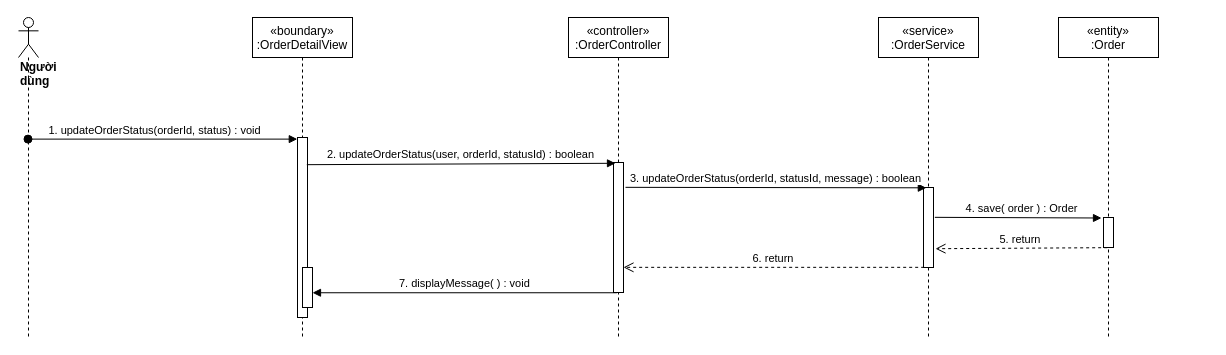
The draw.io diagram sequence diagram/update-status-Order-sequence.drawio in nguyenphamvan/datn_20202, before the edit. Source tidied: cells renumbered, new cells numbered last; positions are measured from the earlier drawing's top-left corner, leaving out a move shared by most shapes. Both pictures are drawn from the tidied source at 100%, with x=0, y=0 at pixel (18, 17).
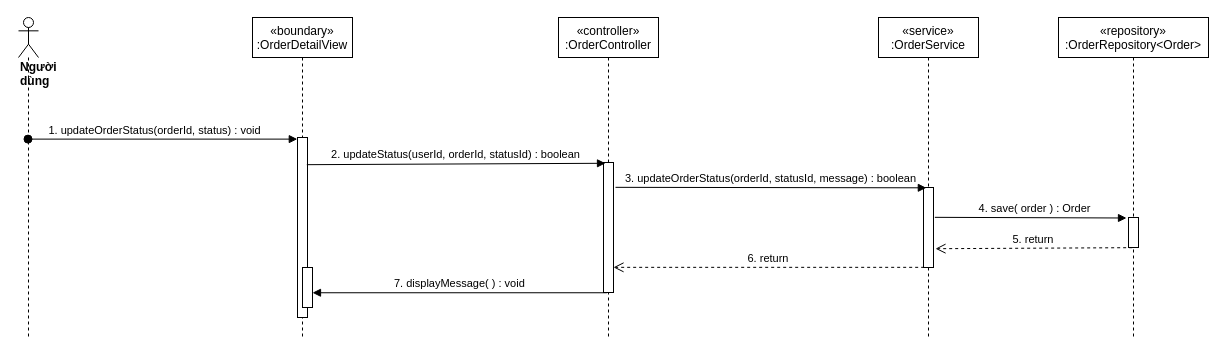
The same diagram, later.

Change to the diagram source:
```diff
@@
 <mxGraphModel>
   <root>
     <mxCell id="0" />
     <mxCell id="1" parent="0" />
     <mxCell id="2" value="«boundary»&#10;:OrderDetailView" style="shape=umlLifeline;perimeter=lifelinePerimeter;rounded=0;shadow=0;strokeWidth=1;" parent="1" vertex="1">
       <mxGeometry x="234" width="100" height="320" as="geometry" />
     </mxCell>
     <mxCell id="3" style="points=[];perimeter=orthogonalPerimeter;rounded=0;shadow=0;strokeWidth=1;" parent="2" vertex="1">
       <mxGeometry x="45" y="120" width="10" height="180" as="geometry" />
     </mxCell>
     <mxCell id="4" style="html=1;points=[];perimeter=orthogonalPerimeter;" parent="2" vertex="1">
       <mxGeometry x="50" y="250" width="10" height="40" as="geometry" />
     </mxCell>
     <mxCell id="5" value="«controller»&#10;:OrderController" style="shape=umlLifeline;perimeter=lifelinePerimeter;rounded=0;shadow=0;strokeWidth=1;" parent="1" vertex="1">
-      <mxGeometry x="550" width="100" height="320" as="geometry" />
+      <mxGeometry x="540" width="100" height="320" as="geometry" />
     </mxCell>
     <mxCell id="6" style="points=[];perimeter=orthogonalPerimeter;rounded=0;shadow=0;strokeWidth=1;" parent="5" vertex="1">
       <mxGeometry x="45" y="145" width="10" height="130" as="geometry" />
     </mxCell>
     <mxCell id="7" value="&lt;div&gt;&lt;b&gt;Người dùng&lt;/b&gt;&lt;/div&gt;" style="shape=umlLifeline;participant=umlActor;perimeter=lifelinePerimeter;whiteSpace=wrap;html=1;verticalAlign=top;spacingTop=36;outlineConnect=0;align=left;" parent="1" vertex="1">
       <mxGeometry width="20" height="320" as="geometry" />
     </mxCell>
     <mxCell id="8" value="1. updateOrderStatus(orderId, status) : void" style="verticalAlign=bottom;startArrow=oval;endArrow=block;startSize=8;shadow=0;strokeWidth=1;entryX=-0.02;entryY=0.009;entryDx=0;entryDy=0;entryPerimeter=0;" parent="1" edge="1" source="7" target="3">
       <mxGeometry x="-0.06" relative="1" as="geometry" />
     </mxCell>
     <mxCell id="9" value="«service»&#10;:OrderService" style="shape=umlLifeline;perimeter=lifelinePerimeter;rounded=0;shadow=0;strokeWidth=1;" parent="1" vertex="1">
       <mxGeometry x="860" width="100" height="320" as="geometry" />
     </mxCell>
     <mxCell id="10" style="points=[];perimeter=orthogonalPerimeter;rounded=0;shadow=0;strokeWidth=1;" parent="9" vertex="1">
       <mxGeometry x="45" y="170" width="10" height="80" as="geometry" />
     </mxCell>
-    <mxCell id="11" value="2. updateOrderStatus(user, orderId, statusId) : boolean" style="html=1;verticalAlign=bottom;endArrow=block;exitX=0.933;exitY=0.151;exitDx=0;exitDy=0;exitPerimeter=0;entryX=0.2;entryY=0.006;entryDx=0;entryDy=0;entryPerimeter=0;" parent="1" edge="1" source="3" target="6">
+    <mxCell id="11" value="2. updateStatus(userId, orderId, statusId) : boolean" style="html=1;verticalAlign=bottom;endArrow=block;exitX=0.933;exitY=0.151;exitDx=0;exitDy=0;exitPerimeter=0;entryX=0.2;entryY=0.006;entryDx=0;entryDy=0;entryPerimeter=0;" parent="1" edge="1" source="3" target="6">
       <mxGeometry relative="1" as="geometry" />
     </mxCell>
     <mxCell id="12" value="3. updateOrderStatus(orderId, statusId, message) : boolean" style="html=1;verticalAlign=bottom;endArrow=block;entryX=0.283;entryY=0.004;entryDx=0;entryDy=0;entryPerimeter=0;exitX=1.2;exitY=0.191;exitDx=0;exitDy=0;exitPerimeter=0;" parent="1" edge="1" source="6" target="10">
       <mxGeometry relative="1" as="geometry" />
     </mxCell>
-    <mxCell id="13" value="«entity»&#10;:Order" style="shape=umlLifeline;perimeter=lifelinePerimeter;rounded=0;shadow=0;strokeWidth=1;" parent="1" vertex="1">
-      <mxGeometry x="1040" width="100" height="320" as="geometry" />
+    <mxCell id="13" value="«repository»&#10;:OrderRepository&lt;Order&gt;" style="shape=umlLifeline;perimeter=lifelinePerimeter;rounded=0;shadow=0;strokeWidth=1;" parent="1" vertex="1">
+      <mxGeometry x="1040" width="150" height="320" as="geometry" />
     </mxCell>
     <mxCell id="14" style="points=[];perimeter=orthogonalPerimeter;rounded=0;shadow=0;strokeWidth=1;" parent="13" vertex="1">
-      <mxGeometry x="45" y="200" width="10" height="30" as="geometry" />
+      <mxGeometry x="70" y="200" width="10" height="30" as="geometry" />
     </mxCell>
     <mxCell id="15" value="4. save( order ) : Order" style="html=1;verticalAlign=bottom;endArrow=block;entryX=-0.2;entryY=0.017;entryDx=0;entryDy=0;entryPerimeter=0;exitX=1.133;exitY=0.373;exitDx=0;exitDy=0;exitPerimeter=0;" parent="1" edge="1" source="10" target="14">
       <mxGeometry x="0.04" relative="1" as="geometry" />
     </mxCell>
     <mxCell id="16" value="5. return&amp;nbsp;" style="html=1;verticalAlign=bottom;endArrow=open;dashed=1;endSize=8;exitX=0.367;exitY=1.006;exitDx=0;exitDy=0;exitPerimeter=0;entryX=1.2;entryY=0.765;entryDx=0;entryDy=0;entryPerimeter=0;" parent="1" edge="1" source="14" target="10">
       <mxGeometry relative="1" as="geometry" />
     </mxCell>
     <mxCell id="17" value="6. return&amp;nbsp;" style="html=1;verticalAlign=bottom;endArrow=open;dashed=1;endSize=8;exitX=0.067;exitY=0.998;exitDx=0;exitDy=0;exitPerimeter=0;" parent="1" edge="1" source="10" target="6">
       <mxGeometry relative="1" as="geometry" />
     </mxCell>
     <mxCell id="18" value="7. displayMessage( ) : void" style="verticalAlign=bottom;endArrow=block;shadow=0;strokeWidth=1;exitX=0.34;exitY=1.002;exitDx=0;exitDy=0;exitPerimeter=0;" parent="1" edge="1" source="6" target="4">
       <mxGeometry relative="1" as="geometry" />
     </mxCell>
   </root>
 </mxGraphModel>
```
